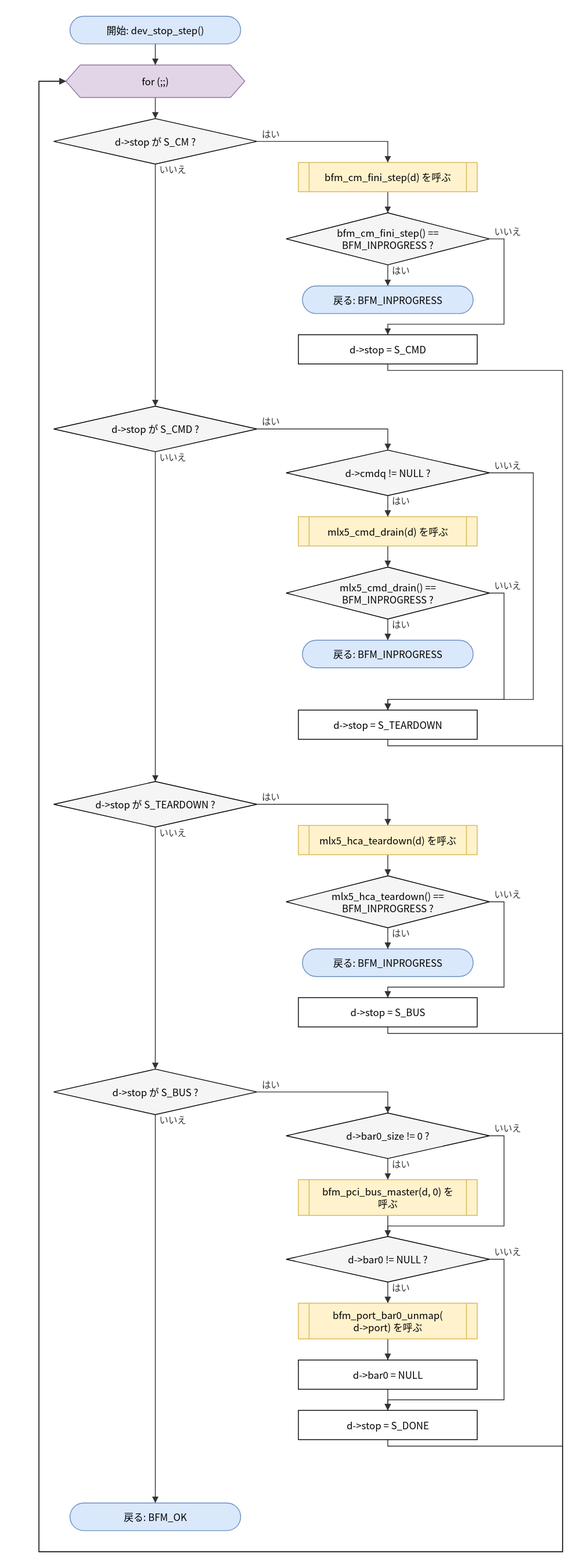
This is doc/spec/images/flow_src_bfm_core-dev_stop_step.drawio.svg from hf355051012-ai/bfmem, a draw.io export, as it was before one commit. Source tidied: cells renumbered, new cells last; positions are measured from the earlier drawing's top-left corner, leaving out a move shared by most shapes.
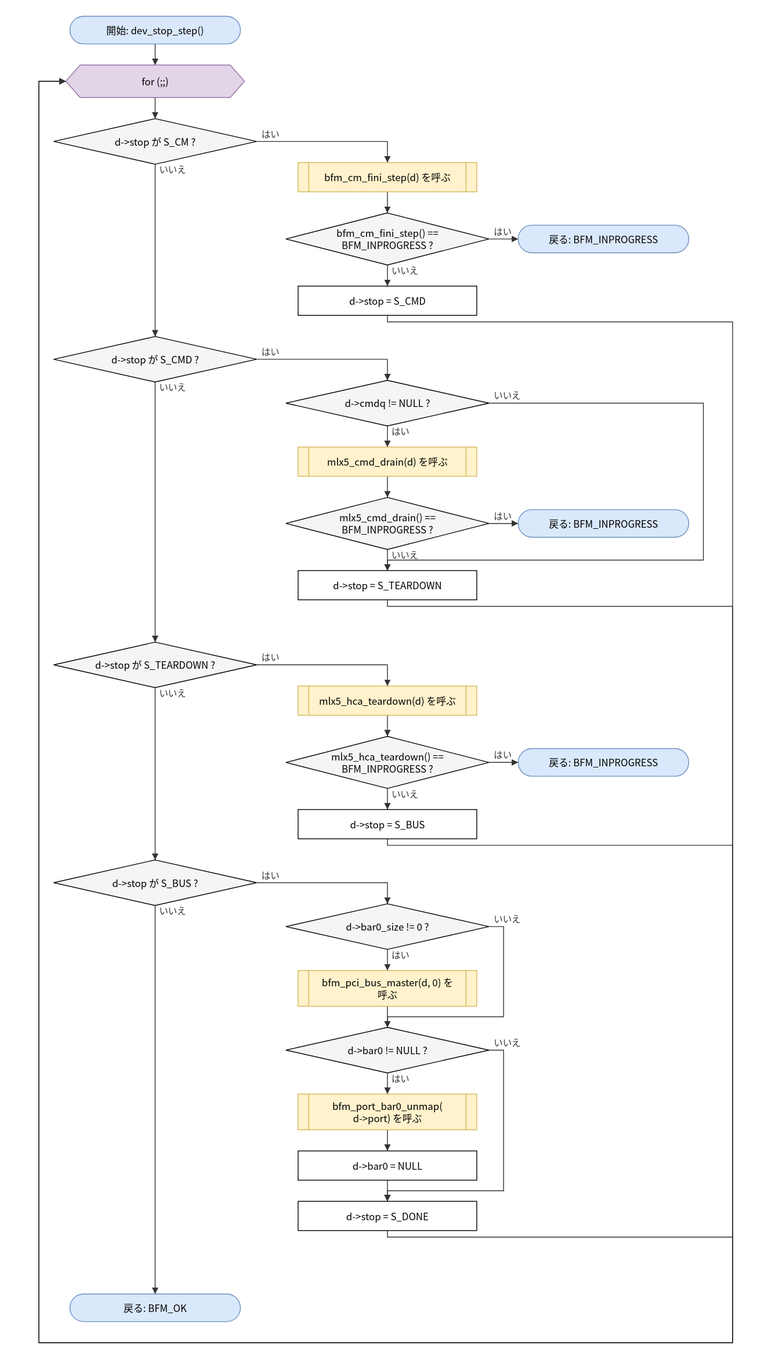
After the commit.

What changed in the source:
```diff
@@ -18,67 +18,67 @@
       <mxGeometry x="304" y="242" width="250" height="64" as="geometry" />
     </mxCell>
     <mxCell id="7" value="戻る: BFM_INPROGRESS" style="rounded=1;arcSize=50;whiteSpace=wrap;html=1;fillColor=#dae8fc;strokeColor=#6c8ebf;" parent="1" vertex="1">
-      <mxGeometry x="324" y="332" width="210" height="34" as="geometry" />
+      <mxGeometry x="590" y="257" width="210" height="34" as="geometry" />
     </mxCell>
     <mxCell id="8" value="d-&amp;gt;stop = S_CMD" style="rounded=0;whiteSpace=wrap;html=1;" parent="1" vertex="1">
-      <mxGeometry x="319" y="392" width="220" height="36" as="geometry" />
+      <mxGeometry x="319" y="332" width="220" height="36" as="geometry" />
     </mxCell>
     <mxCell id="9" value="d-&amp;gt;stop が S_CMD ?" style="rhombus;whiteSpace=wrap;html=1;fillColor=#f5f5f5;" parent="1" vertex="1">
-      <mxGeometry x="18" y="480" width="250" height="56" as="geometry" />
+      <mxGeometry x="18" y="394" width="250" height="56" as="geometry" />
     </mxCell>
     <mxCell id="10" value="d-&amp;gt;cmdq != NULL ?" style="rhombus;whiteSpace=wrap;html=1;fillColor=#f5f5f5;" parent="1" vertex="1">
-      <mxGeometry x="304" y="534" width="250" height="56" as="geometry" />
+      <mxGeometry x="304" y="448" width="250" height="56" as="geometry" />
     </mxCell>
     <mxCell id="11" value="mlx5_cmd_drain(d) を呼ぶ" style="shape=process;whiteSpace=wrap;html=1;backgroundOutline=1;size=0.06;fillColor=#fff2cc;strokeColor=#d6b656;" parent="1" vertex="1">
-      <mxGeometry x="319" y="616" width="220" height="36" as="geometry" />
+      <mxGeometry x="319" y="530" width="220" height="36" as="geometry" />
     </mxCell>
     <mxCell id="12" value="mlx5_cmd_drain() ==&lt;br&gt;BFM_INPROGRESS ?" style="rhombus;whiteSpace=wrap;html=1;fillColor=#f5f5f5;" parent="1" vertex="1">
-      <mxGeometry x="304" y="678" width="250" height="64" as="geometry" />
+      <mxGeometry x="304" y="592" width="250" height="64" as="geometry" />
     </mxCell>
     <mxCell id="13" value="戻る: BFM_INPROGRESS" style="rounded=1;arcSize=50;whiteSpace=wrap;html=1;fillColor=#dae8fc;strokeColor=#6c8ebf;" parent="1" vertex="1">
-      <mxGeometry x="324" y="768" width="210" height="34" as="geometry" />
+      <mxGeometry x="590" y="607" width="210" height="34" as="geometry" />
     </mxCell>
     <mxCell id="14" value="d-&amp;gt;stop = S_TEARDOWN" style="rounded=0;whiteSpace=wrap;html=1;" parent="1" vertex="1">
-      <mxGeometry x="319" y="854" width="220" height="36" as="geometry" />
+      <mxGeometry x="319" y="682" width="220" height="36" as="geometry" />
     </mxCell>
     <mxCell id="15" value="d-&amp;gt;stop が S_TEARDOWN ?" style="rhombus;whiteSpace=wrap;html=1;fillColor=#f5f5f5;" parent="1" vertex="1">
-      <mxGeometry x="18" y="942" width="250" height="56" as="geometry" />
+      <mxGeometry x="18" y="770" width="250" height="56" as="geometry" />
     </mxCell>
     <mxCell id="16" value="mlx5_hca_teardown(d) を呼ぶ" style="shape=process;whiteSpace=wrap;html=1;backgroundOutline=1;size=0.06;fillColor=#fff2cc;strokeColor=#d6b656;" parent="1" vertex="1">
-      <mxGeometry x="319" y="996" width="220" height="36" as="geometry" />
+      <mxGeometry x="319" y="824" width="220" height="36" as="geometry" />
     </mxCell>
     <mxCell id="17" value="mlx5_hca_teardown() ==&lt;br&gt;BFM_INPROGRESS ?" style="rhombus;whiteSpace=wrap;html=1;fillColor=#f5f5f5;" parent="1" vertex="1">
-      <mxGeometry x="304" y="1058" width="250" height="64" as="geometry" />
+      <mxGeometry x="304" y="886" width="250" height="64" as="geometry" />
     </mxCell>
     <mxCell id="18" value="戻る: BFM_INPROGRESS" style="rounded=1;arcSize=50;whiteSpace=wrap;html=1;fillColor=#dae8fc;strokeColor=#6c8ebf;" parent="1" vertex="1">
-      <mxGeometry x="324" y="1148" width="210" height="34" as="geometry" />
+      <mxGeometry x="590" y="901" width="210" height="34" as="geometry" />
     </mxCell>
     <mxCell id="19" value="d-&amp;gt;stop = S_BUS" style="rounded=0;whiteSpace=wrap;html=1;" parent="1" vertex="1">
-      <mxGeometry x="319" y="1208" width="220" height="36" as="geometry" />
+      <mxGeometry x="319" y="976" width="220" height="36" as="geometry" />
     </mxCell>
     <mxCell id="20" value="d-&amp;gt;stop が S_BUS ?" style="rhombus;whiteSpace=wrap;html=1;fillColor=#f5f5f5;" parent="1" vertex="1">
-      <mxGeometry x="18" y="1296" width="250" height="56" as="geometry" />
+      <mxGeometry x="18" y="1038" width="250" height="56" as="geometry" />
     </mxCell>
     <mxCell id="21" value="d-&amp;gt;bar0_size != 0 ?" style="rhombus;whiteSpace=wrap;html=1;fillColor=#f5f5f5;" parent="1" vertex="1">
-      <mxGeometry x="304" y="1350" width="250" height="56" as="geometry" />
+      <mxGeometry x="304" y="1092" width="250" height="56" as="geometry" />
     </mxCell>
     <mxCell id="22" value="bfm_pci_bus_master(d, 0) を&lt;br&gt;呼ぶ" style="shape=process;whiteSpace=wrap;html=1;backgroundOutline=1;size=0.06;fillColor=#fff2cc;strokeColor=#d6b656;" parent="1" vertex="1">
-      <mxGeometry x="319" y="1432" width="220" height="44" as="geometry" />
+      <mxGeometry x="319" y="1174" width="220" height="44" as="geometry" />
     </mxCell>
     <mxCell id="23" value="d-&amp;gt;bar0 != NULL ?" style="rhombus;whiteSpace=wrap;html=1;fillColor=#f5f5f5;" parent="1" vertex="1">
-      <mxGeometry x="304" y="1502" width="250" height="56" as="geometry" />
+      <mxGeometry x="304" y="1244" width="250" height="56" as="geometry" />
     </mxCell>
     <mxCell id="24" value="bfm_port_bar0_unmap(&lt;br&gt;d-&amp;gt;port) を呼ぶ" style="shape=process;whiteSpace=wrap;html=1;backgroundOutline=1;size=0.06;fillColor=#fff2cc;strokeColor=#d6b656;" parent="1" vertex="1">
-      <mxGeometry x="319" y="1584" width="220" height="44" as="geometry" />
+      <mxGeometry x="319" y="1326" width="220" height="44" as="geometry" />
     </mxCell>
     <mxCell id="25" value="d-&amp;gt;bar0 = NULL" style="rounded=0;whiteSpace=wrap;html=1;" parent="1" vertex="1">
-      <mxGeometry x="319" y="1654" width="220" height="36" as="geometry" />
+      <mxGeometry x="319" y="1396" width="220" height="36" as="geometry" />
     </mxCell>
     <mxCell id="26" value="d-&amp;gt;stop = S_DONE" style="rounded=0;whiteSpace=wrap;html=1;" parent="1" vertex="1">
-      <mxGeometry x="319" y="1716" width="220" height="36" as="geometry" />
+      <mxGeometry x="319" y="1458" width="220" height="36" as="geometry" />
     </mxCell>
     <mxCell id="27" value="戻る: BFM_OK" style="rounded=1;arcSize=50;whiteSpace=wrap;html=1;fillColor=#dae8fc;strokeColor=#6c8ebf;" parent="1" vertex="1">
-      <mxGeometry x="38" y="1830" width="210" height="34" as="geometry" />
+      <mxGeometry x="38" y="1572" width="210" height="34" as="geometry" />
     </mxCell>
     <mxCell id="28" style="edgeStyle=none;html=1;rounded=0;endArrow=block;endFill=1;exitX=0.5000;exitY=1.0000;exitDx=0;exitDy=0;exitPerimeter=0;entryX=0.5000;entryY=0.0000;entryDx=0;entryDy=0;entryPerimeter=0;" parent="1" edge="1" source="2" target="3">
       <mxGeometry relative="1" as="geometry" />
@@ -96,17 +96,11 @@
     <mxCell id="31" style="edgeStyle=none;html=1;rounded=0;endArrow=block;endFill=1;exitX=0.5000;exitY=1.0000;exitDx=0;exitDy=0;exitPerimeter=0;entryX=0.5000;entryY=0.0000;entryDx=0;entryDy=0;entryPerimeter=0;" parent="1" edge="1" source="5" target="6">
       <mxGeometry relative="1" as="geometry" />
     </mxCell>
-    <mxCell id="32" value="はい" style="edgeStyle=none;html=1;rounded=0;endArrow=block;endFill=1;exitX=0.5000;exitY=1.0000;exitDx=0;exitDy=0;exitPerimeter=0;entryX=0.5000;entryY=0.0000;entryDx=0;entryDy=0;entryPerimeter=0;" parent="1" edge="1" source="6" target="7">
+    <mxCell id="32" value="はい" style="edgeStyle=none;html=1;rounded=0;endArrow=block;endFill=1;exitX=1.0000;exitY=0.5000;exitDx=0;exitDy=0;exitPerimeter=0;entryX=0.0000;entryY=0.5000;entryDx=0;entryDy=0;entryPerimeter=0;" parent="1" edge="1" source="6" target="7">
       <mxGeometry relative="1" as="geometry" />
     </mxCell>
-    <mxCell id="33" value="いいえ" style="edgeStyle=none;html=1;rounded=0;endArrow=block;endFill=1;exitX=1.0000;exitY=0.5000;exitDx=0;exitDy=0;exitPerimeter=0;entryX=0.5000;entryY=0.0000;entryDx=0;entryDy=0;entryPerimeter=0;" parent="1" edge="1" source="6" target="8">
-      <mxGeometry relative="1" as="geometry">
-        <Array as="points">
-          <mxPoint x="572" y="274" />
-          <mxPoint x="572" y="379" />
-          <mxPoint x="429" y="379" />
-        </Array>
-      </mxGeometry>
+    <mxCell id="33" value="いいえ" style="edgeStyle=none;html=1;rounded=0;endArrow=block;endFill=1;exitX=0.5000;exitY=1.0000;exitDx=0;exitDy=0;exitPerimeter=0;entryX=0.5000;entryY=0.0000;entryDx=0;entryDy=0;entryPerimeter=0;" parent="1" edge="1" source="6" target="8">
+      <mxGeometry relative="1" as="geometry" />
     </mxCell>
     <mxCell id="34" value="いいえ" style="edgeStyle=none;html=1;rounded=0;endArrow=block;endFill=1;exitX=0.5000;exitY=1.0000;exitDx=0;exitDy=0;exitPerimeter=0;entryX=0.5000;entryY=0.0000;entryDx=0;entryDy=0;entryPerimeter=0;" parent="1" edge="1" source="4" target="9">
       <mxGeometry relative="1" as="geometry" />
@@ -114,7 +108,7 @@
     <mxCell id="35" value="はい" style="edgeStyle=none;html=1;rounded=0;endArrow=block;endFill=1;exitX=1.0000;exitY=0.5000;exitDx=0;exitDy=0;exitPerimeter=0;entryX=0.5000;entryY=0.0000;entryDx=0;entryDy=0;entryPerimeter=0;" parent="1" edge="1" source="9" target="10">
       <mxGeometry relative="1" as="geometry">
         <Array as="points">
-          <mxPoint x="429" y="508" />
+          <mxPoint x="429" y="422" />
         </Array>
       </mxGeometry>
     </mxCell>
@@ -124,24 +118,18 @@
     <mxCell id="37" style="edgeStyle=none;html=1;rounded=0;endArrow=block;endFill=1;exitX=0.5000;exitY=1.0000;exitDx=0;exitDy=0;exitPerimeter=0;entryX=0.5000;entryY=0.0000;entryDx=0;entryDy=0;entryPerimeter=0;" parent="1" edge="1" source="11" target="12">
       <mxGeometry relative="1" as="geometry" />
     </mxCell>
-    <mxCell id="38" value="はい" style="edgeStyle=none;html=1;rounded=0;endArrow=block;endFill=1;exitX=0.5000;exitY=1.0000;exitDx=0;exitDy=0;exitPerimeter=0;entryX=0.5000;entryY=0.0000;entryDx=0;entryDy=0;entryPerimeter=0;" parent="1" edge="1" source="12" target="13">
+    <mxCell id="38" value="はい" style="edgeStyle=none;html=1;rounded=0;endArrow=block;endFill=1;exitX=1.0000;exitY=0.5000;exitDx=0;exitDy=0;exitPerimeter=0;entryX=0.0000;entryY=0.5000;entryDx=0;entryDy=0;entryPerimeter=0;" parent="1" edge="1" source="12" target="13">
       <mxGeometry relative="1" as="geometry" />
     </mxCell>
-    <mxCell id="39" value="いいえ" style="edgeStyle=none;html=1;rounded=0;endArrow=block;endFill=1;exitX=1.0000;exitY=0.5000;exitDx=0;exitDy=0;exitPerimeter=0;entryX=0.5000;entryY=0.0000;entryDx=0;entryDy=0;entryPerimeter=0;" parent="1" edge="1" source="12" target="14">
-      <mxGeometry relative="1" as="geometry">
-        <Array as="points">
-          <mxPoint x="572" y="710" />
-          <mxPoint x="572" y="841" />
-          <mxPoint x="429" y="841" />
-        </Array>
-      </mxGeometry>
+    <mxCell id="39" value="いいえ" style="edgeStyle=none;html=1;rounded=0;endArrow=block;endFill=1;exitX=0.5000;exitY=1.0000;exitDx=0;exitDy=0;exitPerimeter=0;entryX=0.5000;entryY=0.0000;entryDx=0;entryDy=0;entryPerimeter=0;" parent="1" edge="1" source="12" target="14">
+      <mxGeometry relative="1" as="geometry" />
     </mxCell>
     <mxCell id="40" value="いいえ" style="edgeStyle=none;html=1;rounded=0;endArrow=block;endFill=1;exitX=1.0000;exitY=0.5000;exitDx=0;exitDy=0;exitPerimeter=0;entryX=0.5000;entryY=0.0000;entryDx=0;entryDy=0;entryPerimeter=0;" parent="1" edge="1" source="10" target="14">
       <mxGeometry relative="1" as="geometry">
         <Array as="points">
-          <mxPoint x="608" y="562" />
-          <mxPoint x="608" y="841" />
-          <mxPoint x="429" y="841" />
+          <mxPoint x="818" y="476" />
+          <mxPoint x="818" y="669" />
+          <mxPoint x="429" y="669" />
         </Array>
       </mxGeometry>
     </mxCell>
@@ -151,24 +139,18 @@
     <mxCell id="42" value="はい" style="edgeStyle=none;html=1;rounded=0;endArrow=block;endFill=1;exitX=1.0000;exitY=0.5000;exitDx=0;exitDy=0;exitPerimeter=0;entryX=0.5000;entryY=0.0000;entryDx=0;entryDy=0;entryPerimeter=0;" parent="1" edge="1" source="15" target="16">
       <mxGeometry relative="1" as="geometry">
         <Array as="points">
-          <mxPoint x="429" y="970" />
+          <mxPoint x="429" y="798" />
         </Array>
       </mxGeometry>
     </mxCell>
     <mxCell id="43" style="edgeStyle=none;html=1;rounded=0;endArrow=block;endFill=1;exitX=0.5000;exitY=1.0000;exitDx=0;exitDy=0;exitPerimeter=0;entryX=0.5000;entryY=0.0000;entryDx=0;entryDy=0;entryPerimeter=0;" parent="1" edge="1" source="16" target="17">
       <mxGeometry relative="1" as="geometry" />
     </mxCell>
-    <mxCell id="44" value="はい" style="edgeStyle=none;html=1;rounded=0;endArrow=block;endFill=1;exitX=0.5000;exitY=1.0000;exitDx=0;exitDy=0;exitPerimeter=0;entryX=0.5000;entryY=0.0000;entryDx=0;entryDy=0;entryPerimeter=0;" parent="1" edge="1" source="17" target="18">
+    <mxCell id="44" value="はい" style="edgeStyle=none;html=1;rounded=0;endArrow=block;endFill=1;exitX=1.0000;exitY=0.5000;exitDx=0;exitDy=0;exitPerimeter=0;entryX=0.0000;entryY=0.5000;entryDx=0;entryDy=0;entryPerimeter=0;" parent="1" edge="1" source="17" target="18">
       <mxGeometry relative="1" as="geometry" />
     </mxCell>
-    <mxCell id="45" value="いいえ" style="edgeStyle=none;html=1;rounded=0;endArrow=block;endFill=1;exitX=1.0000;exitY=0.5000;exitDx=0;exitDy=0;exitPerimeter=0;entryX=0.5000;entryY=0.0000;entryDx=0;entryDy=0;entryPerimeter=0;" parent="1" edge="1" source="17" target="19">
-      <mxGeometry relative="1" as="geometry">
-        <Array as="points">
-          <mxPoint x="572" y="1090" />
-          <mxPoint x="572" y="1195" />
-          <mxPoint x="429" y="1195" />
-        </Array>
-      </mxGeometry>
+    <mxCell id="45" value="いいえ" style="edgeStyle=none;html=1;rounded=0;endArrow=block;endFill=1;exitX=0.5000;exitY=1.0000;exitDx=0;exitDy=0;exitPerimeter=0;entryX=0.5000;entryY=0.0000;entryDx=0;entryDy=0;entryPerimeter=0;" parent="1" edge="1" source="17" target="19">
+      <mxGeometry relative="1" as="geometry" />
     </mxCell>
     <mxCell id="46" value="いいえ" style="edgeStyle=none;html=1;rounded=0;endArrow=block;endFill=1;exitX=0.5000;exitY=1.0000;exitDx=0;exitDy=0;exitPerimeter=0;entryX=0.5000;entryY=0.0000;entryDx=0;entryDy=0;entryPerimeter=0;" parent="1" edge="1" source="15" target="20">
       <mxGeometry relative="1" as="geometry" />
@@ -176,7 +158,7 @@
     <mxCell id="47" value="はい" style="edgeStyle=none;html=1;rounded=0;endArrow=block;endFill=1;exitX=1.0000;exitY=0.5000;exitDx=0;exitDy=0;exitPerimeter=0;entryX=0.5000;entryY=0.0000;entryDx=0;entryDy=0;entryPerimeter=0;" parent="1" edge="1" source="20" target="21">
       <mxGeometry relative="1" as="geometry">
         <Array as="points">
-          <mxPoint x="429" y="1324" />
+          <mxPoint x="429" y="1066" />
         </Array>
       </mxGeometry>
     </mxCell>
@@ -189,9 +171,9 @@
     <mxCell id="50" value="いいえ" style="edgeStyle=none;html=1;rounded=0;endArrow=block;endFill=1;exitX=1.0000;exitY=0.5000;exitDx=0;exitDy=0;exitPerimeter=0;entryX=0.5000;entryY=0.0000;entryDx=0;entryDy=0;entryPerimeter=0;" parent="1" edge="1" source="21" target="23">
       <mxGeometry relative="1" as="geometry">
         <Array as="points">
-          <mxPoint x="572" y="1378" />
-          <mxPoint x="572" y="1489" />
-          <mxPoint x="429" y="1489" />
+          <mxPoint x="572" y="1120" />
+          <mxPoint x="572" y="1231" />
+          <mxPoint x="429" y="1231" />
         </Array>
       </mxGeometry>
     </mxCell>
@@ -207,9 +189,9 @@
     <mxCell id="54" value="いいえ" style="edgeStyle=none;html=1;rounded=0;endArrow=block;endFill=1;exitX=1.0000;exitY=0.5000;exitDx=0;exitDy=0;exitPerimeter=0;entryX=0.5000;entryY=0.0000;entryDx=0;entryDy=0;entryPerimeter=0;" parent="1" edge="1" source="23" target="26">
       <mxGeometry relative="1" as="geometry">
         <Array as="points">
-          <mxPoint x="572" y="1530" />
-          <mxPoint x="572" y="1703" />
-          <mxPoint x="429" y="1703" />
+          <mxPoint x="572" y="1272" />
+          <mxPoint x="572" y="1445" />
+          <mxPoint x="429" y="1445" />
         </Array>
       </mxGeometry>
     </mxCell>
@@ -219,10 +201,10 @@
     <mxCell id="56" style="edgeStyle=none;html=1;rounded=0;endArrow=block;endFill=1;exitX=0.5000;exitY=1.0000;exitDx=0;exitDy=0;exitPerimeter=0;entryX=0.0000;entryY=0.5000;entryDx=0;entryDy=0;entryPerimeter=0;" parent="1" edge="1" source="8" target="3">
       <mxGeometry relative="1" as="geometry">
         <Array as="points">
-          <mxPoint x="429" y="436" />
-          <mxPoint x="644" y="436" />
-          <mxPoint x="644" y="1890" />
-          <mxPoint y="1890" />
+          <mxPoint x="429" y="376" />
+          <mxPoint x="854" y="376" />
+          <mxPoint x="854" y="1632" />
+          <mxPoint y="1632" />
           <mxPoint y="80" />
         </Array>
       </mxGeometry>
@@ -230,10 +212,10 @@
     <mxCell id="57" style="edgeStyle=none;html=1;rounded=0;endArrow=block;endFill=1;exitX=0.5000;exitY=1.0000;exitDx=0;exitDy=0;exitPerimeter=0;entryX=0.0000;entryY=0.5000;entryDx=0;entryDy=0;entryPerimeter=0;" parent="1" edge="1" source="14" target="3">
       <mxGeometry relative="1" as="geometry">
         <Array as="points">
-          <mxPoint x="429" y="898" />
-          <mxPoint x="644" y="898" />
-          <mxPoint x="644" y="1890" />
-          <mxPoint y="1890" />
+          <mxPoint x="429" y="726" />
+          <mxPoint x="854" y="726" />
+          <mxPoint x="854" y="1632" />
+          <mxPoint y="1632" />
           <mxPoint y="80" />
         </Array>
       </mxGeometry>
@@ -241,10 +223,10 @@
     <mxCell id="58" style="edgeStyle=none;html=1;rounded=0;endArrow=block;endFill=1;exitX=0.5000;exitY=1.0000;exitDx=0;exitDy=0;exitPerimeter=0;entryX=0.0000;entryY=0.5000;entryDx=0;entryDy=0;entryPerimeter=0;" parent="1" edge="1" source="19" target="3">
       <mxGeometry relative="1" as="geometry">
         <Array as="points">
-          <mxPoint x="429" y="1252" />
-          <mxPoint x="644" y="1252" />
-          <mxPoint x="644" y="1890" />
-          <mxPoint y="1890" />
+          <mxPoint x="429" y="1020" />
+          <mxPoint x="854" y="1020" />
+          <mxPoint x="854" y="1632" />
+          <mxPoint y="1632" />
           <mxPoint y="80" />
         </Array>
       </mxGeometry>
@@ -252,10 +234,10 @@
     <mxCell id="59" style="edgeStyle=none;html=1;rounded=0;endArrow=block;endFill=1;exitX=0.5000;exitY=1.0000;exitDx=0;exitDy=0;exitPerimeter=0;entryX=0.0000;entryY=0.5000;entryDx=0;entryDy=0;entryPerimeter=0;" parent="1" edge="1" source="26" target="3">
       <mxGeometry relative="1" as="geometry">
         <Array as="points">
-          <mxPoint x="429" y="1760" />
-          <mxPoint x="644" y="1760" />
-          <mxPoint x="644" y="1890" />
-          <mxPoint y="1890" />
+          <mxPoint x="429" y="1502" />
+          <mxPoint x="854" y="1502" />
+          <mxPoint x="854" y="1632" />
+          <mxPoint y="1632" />
           <mxPoint y="80" />
         </Array>
       </mxGeometry>
```
